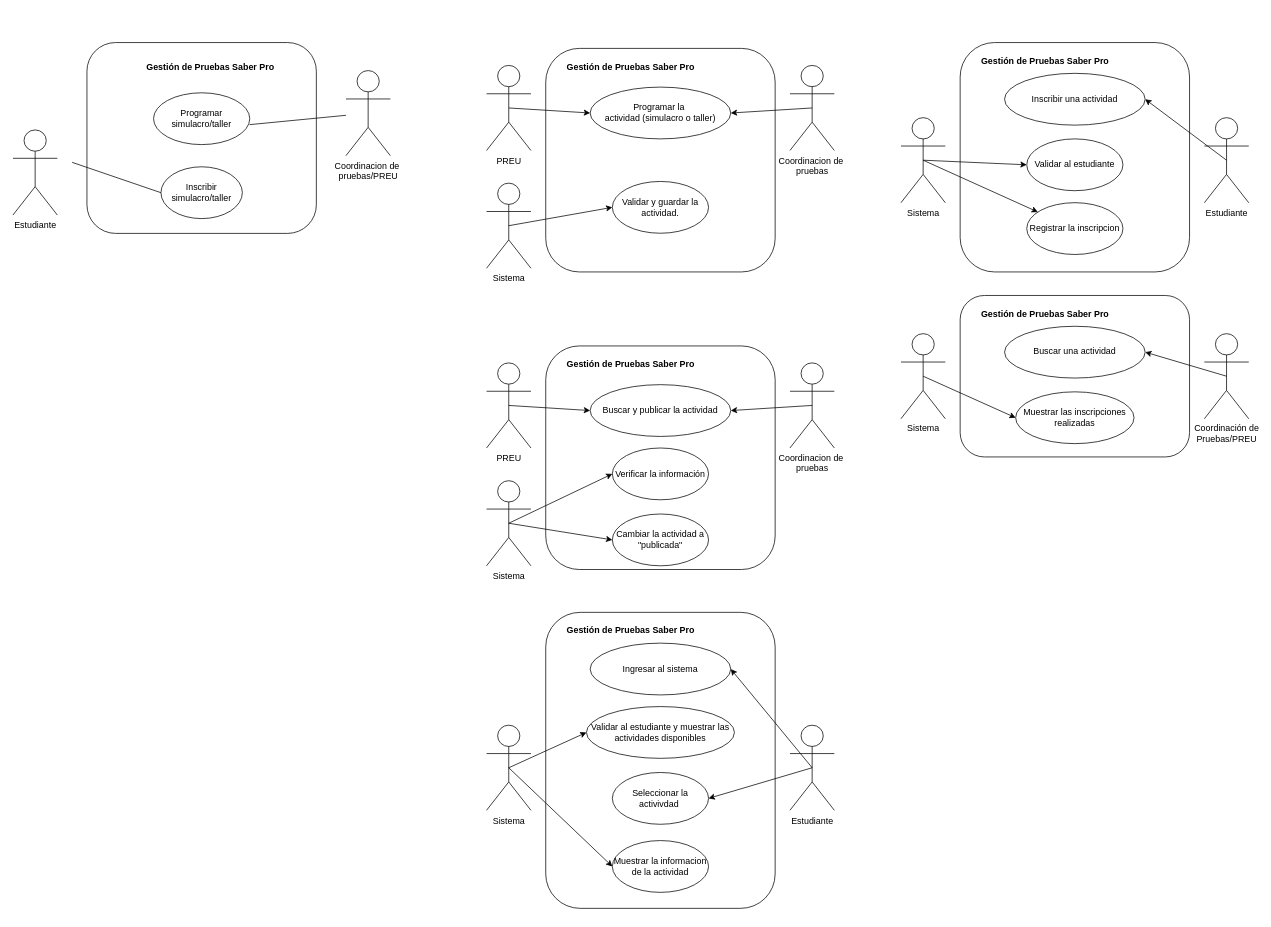
Above: Diagramas cdu/simulacro.drawio in lauubeltran/isi-2026ii-SaberPro (draw.io), before the change. Source tidied: cells renumbered, new cells numbered last; positions are measured from the earlier drawing's top-left corner, leaving out a move shared by most shapes. Both pictures are drawn from the tidied source at 74%, with x=0, y=0 at pixel (13, 42).
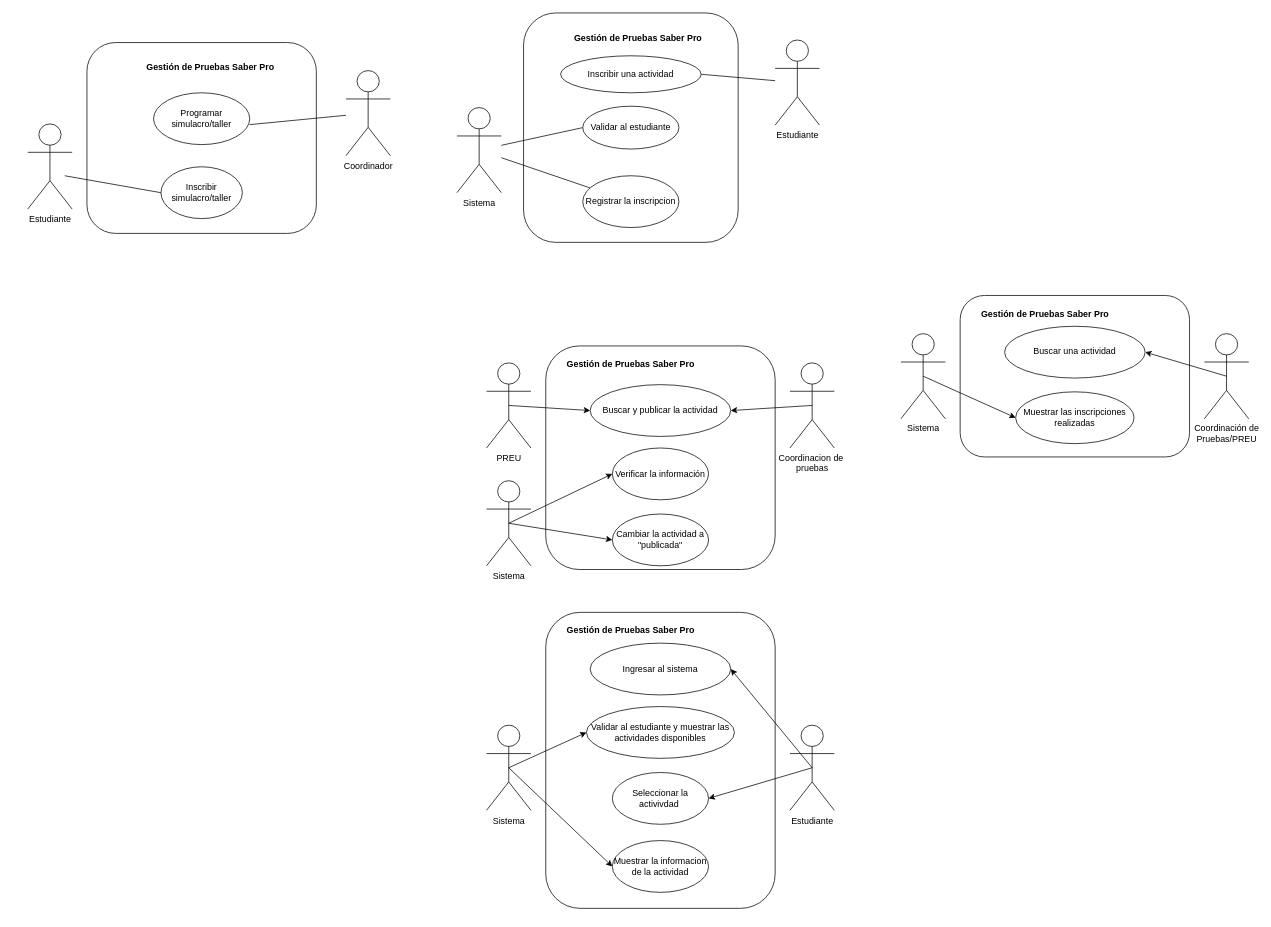
The same page after the edit.

The change refers to these unchanged cells:
```xml
<mxCell id="12" value="Inscribir simulacro/taller" style="ellipse;whiteSpace=wrap;html=1;shapeInside=1;" parent="1" vertex="1">
  <mxGeometry x="200" y="167.9" width="110" height="70" as="geometry" />
</mxCell>
```

The edit, as a diff of the source:
```diff
@@
     <mxCell id="2" value="Estudiante&lt;div&gt;&lt;br&gt;&lt;/div&gt;" style="shape=umlActor;verticalLabelPosition=bottom;verticalAlign=top;html=1;" parent="1" vertex="1">
-      <mxGeometry y="118.1" width="60" height="115" as="geometry" />
+      <mxGeometry x="20" y="110" width="60" height="115" as="geometry" />
     </mxCell>
@@
-    <mxCell id="7" value="Coordinacion de&amp;nbsp;&lt;div&gt;pruebas/PREU&lt;/div&gt;" style="shape=umlActor;verticalLabelPosition=bottom;verticalAlign=top;html=1;outlineConnect=0;" parent="1" vertex="1">
+    <mxCell id="7" value="Coordinador&lt;div&gt;&lt;br&gt;&lt;/div&gt;" style="shape=umlActor;verticalLabelPosition=bottom;verticalAlign=top;html=1;outlineConnect=0;" parent="1" vertex="1">
       <mxGeometry x="450" y="37.9" width="60" height="115" as="geometry" />
     </mxCell>
@@
     <mxCell id="13" style="endArrow=none;html=1;rounded=0;endFill=0;entryX=0;entryY=0.5;entryDx=0;entryDy=0;" parent="1" edge="1" target="12">
       <mxGeometry relative="1" as="geometry">
-        <mxPoint x="80" y="161.9" as="sourcePoint" />
+        <mxPoint x="70" y="180" as="sourcePoint" />
       </mxGeometry>
     </mxCell>
-    <mxCell id="14" value="PREU" style="shape=umlActor;verticalLabelPosition=bottom;verticalAlign=top;html=1;outlineConnect=0;" parent="1" vertex="1">
-      <mxGeometry x="640" y="30.9" width="60" height="115" as="geometry" />
-    </mxCell>
-    <mxCell id="15" style="rounded=1;whiteSpace=wrap;html=1;" parent="1" vertex="1">
-      <mxGeometry x="720" y="7.9" width="310" height="302.1" as="geometry" />
-    </mxCell>
-    <mxCell id="16" style="rounded=0;jettySize=auto;html=1;exitX=0.5;exitY=0.5;exitDx=0;exitDy=0;exitPerimeter=0;entryX=1;entryY=0.5;entryDx=0;entryDy=0;" parent="1" edge="1" source="17" target="18">
-      <mxGeometry relative="1" as="geometry" />
-    </mxCell>
-    <mxCell id="17" value="Coordinacion de&amp;nbsp;&lt;div&gt;pruebas&lt;/div&gt;" style="shape=umlActor;verticalLabelPosition=bottom;verticalAlign=top;html=1;outlineConnect=0;" parent="1" vertex="1">
-      <mxGeometry x="1050" y="30.9" width="60" height="115" as="geometry" />
-    </mxCell>
-    <mxCell id="18" value="Programar la&amp;nbsp;&lt;div&gt;actividad (simulacro o taller)&lt;/div&gt;" style="ellipse;whiteSpace=wrap;html=1;shapeInside=1;" parent="1" vertex="1">
-      <mxGeometry x="780" y="60.2" width="190" height="70" as="geometry" />
-    </mxCell>
-    <mxCell id="19" style="edgeStyle=orthogonalEdgeStyle;rounded=0;orthogonalLoop=1;jettySize=auto;html=1;innerLoopWaypoints=1;exitX=0.5;exitY=1;exitDx=0;exitDy=0;" parent="1" edge="1" source="15" target="15">
-      <mxGeometry relative="1" as="geometry" />
-    </mxCell>
-    <mxCell id="20" style="edgeStyle=orthogonalEdgeStyle;rounded=0;orthogonalLoop=1;jettySize=auto;html=1;innerLoopWaypoints=1;exitX=0.5;exitY=1;exitDx=0;exitDy=0;" parent="1" edge="1" source="15" target="15">
-      <mxGeometry relative="1" as="geometry" />
-    </mxCell>
-    <mxCell id="21" value="&lt;b&gt;Gestión de Pruebas Saber Pro&lt;/b&gt;" style="text;html=1;whiteSpace=wrap;strokeColor=none;fillColor=none;align=center;verticalAlign=middle;rounded=0;" parent="1" vertex="1">
-      <mxGeometry x="730" y="17.9" width="210" height="30" as="geometry" />
-    </mxCell>
-    <mxCell id="22" style="rounded=0;jettySize=auto;html=1;exitX=0.5;exitY=0.5;exitDx=0;exitDy=0;exitPerimeter=0;entryX=0;entryY=0.5;entryDx=0;entryDy=0;" parent="1" edge="1" source="14" target="18">
-      <mxGeometry relative="1" as="geometry" />
-    </mxCell>
-    <mxCell id="23" style="rounded=0;jettySize=auto;html=1;exitX=0.5;exitY=0.5;exitDx=0;exitDy=0;exitPerimeter=0;entryX=0;entryY=0.5;entryDx=0;entryDy=0;" parent="1" edge="1" source="24" target="25">
-      <mxGeometry relative="1" as="geometry" />
-    </mxCell>
-    <mxCell id="24" value="Sistema" style="shape=umlActor;verticalLabelPosition=bottom;verticalAlign=top;html=1;outlineConnect=0;" parent="1" vertex="1">
-      <mxGeometry x="640" y="190" width="60" height="115" as="geometry" />
-    </mxCell>
-    <mxCell id="25" value="Validar y guardar la actividad." style="ellipse;whiteSpace=wrap;html=1;shapeInside=1;" parent="1" vertex="1">
-      <mxGeometry x="810" y="187.7" width="130" height="70" as="geometry" />
-    </mxCell>
@@
     <mxCell id="54" style="rounded=1;whiteSpace=wrap;html=1;" parent="1" vertex="1">
-      <mxGeometry x="1280" width="310" height="310" as="geometry" />
+      <mxGeometry x="690" y="-40" width="290" height="310" as="geometry" />
     </mxCell>
-    <mxCell id="55" style="rounded=0;jettySize=auto;html=1;exitX=0.5;exitY=0.5;exitDx=0;exitDy=0;exitPerimeter=0;entryX=1;entryY=0.5;entryDx=0;entryDy=0;" parent="1" edge="1" source="56" target="57">
+    <mxCell id="55" style="rounded=0;jettySize=auto;html=1;entryX=1;entryY=0.5;entryDx=0;entryDy=0;endArrow=none;endFill=0;" parent="1" edge="1" source="56" target="57">
       <mxGeometry relative="1" as="geometry" />
     </mxCell>
     <mxCell id="56" value="Estudiante" style="shape=umlActor;verticalLabelPosition=bottom;verticalAlign=top;html=1;outlineConnect=0;" parent="1" vertex="1">
-      <mxGeometry x="1610" y="101.5" width="60" height="115" as="geometry" />
+      <mxGeometry x="1030" y="-3.4" width="60" height="115" as="geometry" />
     </mxCell>
     <mxCell id="57" value="Inscribir una actividad" style="ellipse;whiteSpace=wrap;html=1;shapeInside=1;" parent="1" vertex="1">
-      <mxGeometry x="1340" y="41.6" width="190" height="70" as="geometry" />
+      <mxGeometry x="740" y="17.9" width="190" height="50" as="geometry" />
     </mxCell>
@@
     <mxCell id="60" value="&lt;b&gt;Gestión de Pruebas Saber Pro&lt;/b&gt;" style="text;html=1;whiteSpace=wrap;strokeColor=none;fillColor=none;align=center;verticalAlign=middle;rounded=0;" parent="1" vertex="1">
-      <mxGeometry x="1290" y="10" width="210" height="30" as="geometry" />
+      <mxGeometry x="740" y="-20" width="210" height="30" as="geometry" />
     </mxCell>
-    <mxCell id="61" style="rounded=0;jettySize=auto;html=1;exitX=0.5;exitY=0.5;exitDx=0;exitDy=0;exitPerimeter=0;entryX=0;entryY=0.5;entryDx=0;entryDy=0;" parent="1" edge="1" source="63" target="65">
+    <mxCell id="61" style="rounded=0;jettySize=auto;html=1;entryX=0;entryY=0.5;entryDx=0;entryDy=0;endArrow=none;endFill=0;" parent="1" edge="1" source="63" target="65">
       <mxGeometry relative="1" as="geometry" />
     </mxCell>
-    <mxCell id="62" style="rounded=0;jettySize=auto;html=1;exitX=0.5;exitY=0.5;exitDx=0;exitDy=0;exitPerimeter=0;" parent="1" edge="1" source="63" target="64">
+    <mxCell id="62" style="rounded=0;jettySize=auto;html=1;endArrow=none;endFill=0;" parent="1" edge="1" source="63" target="64">
       <mxGeometry relative="1" as="geometry" />
     </mxCell>
     <mxCell id="63" value="Sistema" style="shape=umlActor;verticalLabelPosition=bottom;verticalAlign=top;html=1;outlineConnect=0;" parent="1" vertex="1">
-      <mxGeometry x="1200" y="101.5" width="60" height="115" as="geometry" />
+      <mxGeometry x="600" y="87.9" width="60" height="115" as="geometry" />
     </mxCell>
     <mxCell id="64" value="Registrar la inscripcion" style="ellipse;whiteSpace=wrap;html=1;shapeInside=1;" parent="1" vertex="1">
-      <mxGeometry x="1370" y="216.4" width="130" height="70" as="geometry" />
+      <mxGeometry x="770" y="180" width="130" height="70" as="geometry" />
     </mxCell>
     <mxCell id="65" value="Validar al estudiante" style="ellipse;whiteSpace=wrap;html=1;shapeInside=1;" parent="1" vertex="1">
-      <mxGeometry x="1370" y="130.2" width="130" height="70" as="geometry" />
+      <mxGeometry x="770" y="86" width="130" height="57.9" as="geometry" />
     </mxCell>
```
